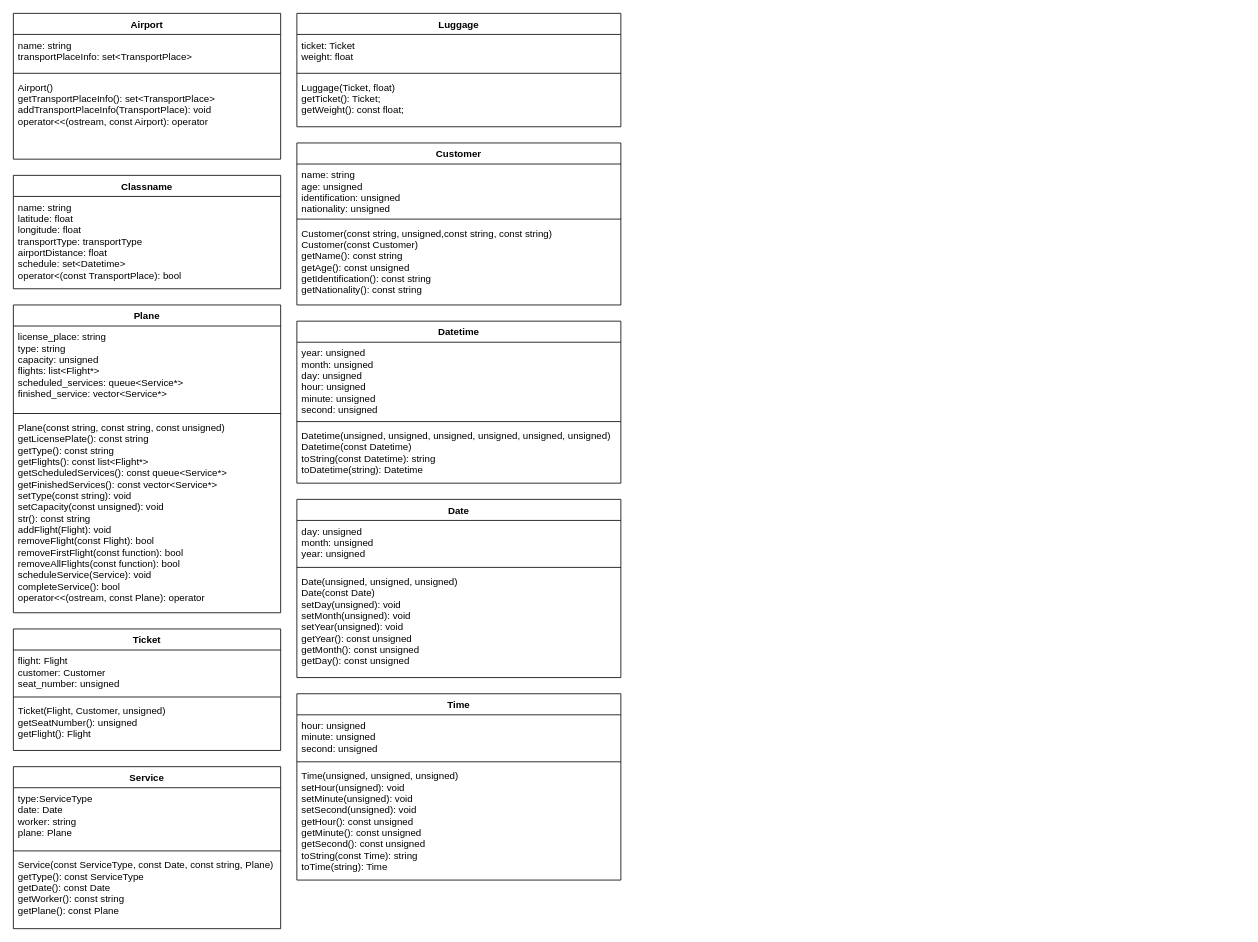
This is Untitled Diagram.drawio from dendinho-e-bolinha/airline, a draw.io file, before an edit. Source tidied: cells renumbered, new cells numbered last; positions are measured from the earlier drawing's top-left corner, leaving out a move shared by most shapes. Both pictures are drawn from the tidied source at 81%, with x=0, y=0 at pixel (13, 13).
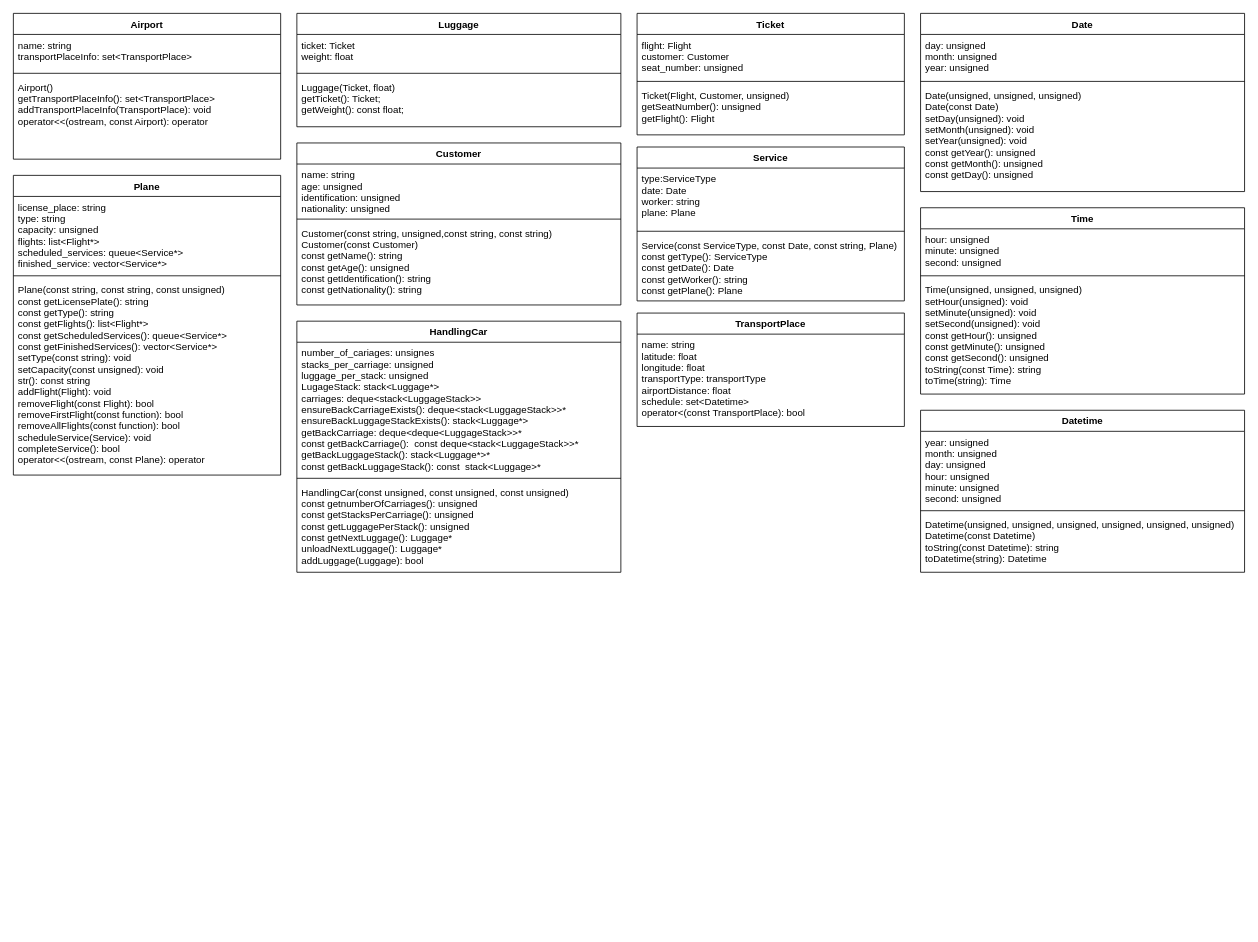
The same diagram, later.

Commit message:
finished class diagram

Unchanged cells that the change refers to:
```xml
<mxCell id="32" value="Customer" style="swimlane;fontStyle=1;align=center;verticalAlign=top;horizontal=1;startSize=26;glass=0;strokeColor=default;" parent="1" vertex="1">
  <mxGeometry x="350" y="160" width="400" height="200" as="geometry" />
</mxCell>
```

What changed in the source:
```diff
@@
-    <mxCell id="6" value="Classname" style="swimlane;fontStyle=1;align=center;verticalAlign=top;horizontal=1;startSize=26;glass=0;strokeColor=default;" parent="1" vertex="1">
-      <mxGeometry y="200" width="330" height="140" as="geometry" />
+    <mxCell id="6" value="TransportPlace" style="swimlane;fontStyle=1;align=center;verticalAlign=top;horizontal=1;startSize=26;glass=0;strokeColor=default;" parent="1" vertex="1">
+      <mxGeometry x="770" y="370" width="330" height="140" as="geometry" />
     </mxCell>
@@
     <mxCell id="8" value="Ticket" style="swimlane;fontStyle=1;align=center;verticalAlign=top;horizontal=1;startSize=26;glass=0;strokeColor=default;" parent="1" vertex="1">
-      <mxGeometry y="760" width="330" height="150" as="geometry" />
+      <mxGeometry x="770" width="330" height="150" as="geometry" />
     </mxCell>
@@
     <mxCell id="12" value="Plane" style="swimlane;fontStyle=1;align=center;verticalAlign=top;horizontal=1;startSize=26;glass=0;strokeColor=default;" parent="1" vertex="1">
-      <mxGeometry y="360" width="330" height="380" as="geometry" />
+      <mxGeometry y="200" width="330" height="370" as="geometry" />
     </mxCell>
     <mxCell id="13" value="license_place: string&#10;type: string&#10;capacity: unsigned&#10;flights: list&lt;Flight*&gt;&#10;scheduled_services: queue&lt;Service*&gt;&#10;finished_service: vector&lt;Service*&gt;&#10;" style="text;strokeColor=none;fillColor=none;align=left;verticalAlign=top;spacingLeft=4;spacingRight=4;overflow=hidden;glass=0;" parent="12" vertex="1">
-      <mxGeometry y="26" width="330" height="104" as="geometry" />
+      <mxGeometry y="26" width="330" height="94" as="geometry" />
     </mxCell>
     <mxCell id="14" style="line;strokeWidth=1;fillColor=none;align=left;verticalAlign=middle;spacingTop=-1;spacingLeft=3;spacingRight=3;labelPosition=right;glass=0;" parent="12" vertex="1">
-      <mxGeometry y="130" width="330" height="8" as="geometry" />
+      <mxGeometry y="120" width="330" height="8" as="geometry" />
     </mxCell>
-    <mxCell id="15" value="Plane(const string, const string, const unsigned)&#10;getLicensePlate(): const string&#10;getType(): const string&#10;getFlights(): const list&lt;Flight*&gt;&#10;getScheduledServices(): const queue&lt;Service*&gt;&#10;getFinishedServices(): const vector&lt;Service*&gt;&#10;setType(const string): void&#10;setCapacity(const unsigned): void&#10;str(): const string&#10;addFlight(Flight): void&#10;removeFlight(const Flight): bool&#10;removeFirstFlight(const function): bool&#10;removeAllFlights(const function): bool&#10;scheduleService(Service): void&#10;completeService(): bool&#10;operator&lt;&lt;(ostream, const Plane): operator&#10;" style="text;strokeColor=none;fillColor=none;align=left;verticalAlign=top;spacingLeft=4;spacingRight=4;overflow=hidden;glass=0;" parent="12" vertex="1">
-      <mxGeometry y="138" width="330" height="242" as="geometry" />
+    <mxCell id="15" value="Plane(const string, const string, const unsigned)&#10;const getLicensePlate(): string&#10;const getType(): string&#10;const getFlights(): list&lt;Flight*&gt;&#10;const getScheduledServices(): queue&lt;Service*&gt;&#10;const getFinishedServices(): vector&lt;Service*&gt;&#10;setType(const string): void&#10;setCapacity(const unsigned): void&#10;str(): const string&#10;addFlight(Flight): void&#10;removeFlight(const Flight): bool&#10;removeFirstFlight(const function): bool&#10;removeAllFlights(const function): bool&#10;scheduleService(Service): void&#10;completeService(): bool&#10;operator&lt;&lt;(ostream, const Plane): operator&#10;" style="text;strokeColor=none;fillColor=none;align=left;verticalAlign=top;spacingLeft=4;spacingRight=4;overflow=hidden;glass=0;" parent="12" vertex="1">
+      <mxGeometry y="128" width="330" height="242" as="geometry" />
     </mxCell>
     <mxCell id="16" value="Service" style="swimlane;fontStyle=1;align=center;verticalAlign=top;horizontal=1;startSize=26;glass=0;strokeColor=default;" parent="1" vertex="1">
-      <mxGeometry y="930" width="330" height="200" as="geometry" />
+      <mxGeometry x="770" y="165" width="330" height="190" as="geometry" />
     </mxCell>
@@
-    <mxCell id="19" value="Service(const ServiceType, const Date, const string, Plane)&#10;getType(): const ServiceType&#10;getDate(): const Date&#10;getWorker(): const string&#10;getPlane(): const Plane&#10;" style="text;strokeColor=none;fillColor=none;align=left;verticalAlign=top;spacingLeft=4;spacingRight=4;overflow=hidden;glass=0;" parent="16" vertex="1">
-      <mxGeometry y="108" width="330" height="92" as="geometry" />
+    <mxCell id="19" value="Service(const ServiceType, const Date, const string, Plane)&#10;const getType(): ServiceType&#10;const getDate(): Date&#10;const getWorker(): string&#10;const getPlane(): Plane&#10;" style="text;strokeColor=none;fillColor=none;align=left;verticalAlign=top;spacingLeft=4;spacingRight=4;overflow=hidden;glass=0;" parent="16" vertex="1">
+      <mxGeometry y="108" width="330" height="82" as="geometry" />
     </mxCell>
     <mxCell id="20" value="Date" style="swimlane;fontStyle=1;align=center;verticalAlign=top;horizontal=1;startSize=26;glass=0;strokeColor=default;" parent="1" vertex="1">
-      <mxGeometry x="350" y="600" width="400" height="220" as="geometry" />
+      <mxGeometry x="1120" width="400" height="220" as="geometry" />
     </mxCell>
@@
-    <mxCell id="23" value="Date(unsigned, unsigned, unsigned)&#10;Date(const Date)&#10;setDay(unsigned): void&#10;setMonth(unsigned): void&#10;setYear(unsigned): void&#10;getYear(): const unsigned&#10;getMonth(): const unsigned&#10;getDay(): const unsigned" style="text;strokeColor=none;fillColor=none;align=left;verticalAlign=top;spacingLeft=4;spacingRight=4;overflow=hidden;glass=0;" parent="20" vertex="1">
+    <mxCell id="23" value="Date(unsigned, unsigned, unsigned)&#10;Date(const Date)&#10;setDay(unsigned): void&#10;setMonth(unsigned): void&#10;setYear(unsigned): void&#10;const getYear(): unsigned&#10;const getMonth(): unsigned&#10;const getDay(): unsigned" style="text;strokeColor=none;fillColor=none;align=left;verticalAlign=top;spacingLeft=4;spacingRight=4;overflow=hidden;glass=0;" parent="20" vertex="1">
       <mxGeometry y="88" width="400" height="132" as="geometry" />
     </mxCell>
     <mxCell id="24" value="Time" style="swimlane;fontStyle=1;align=center;verticalAlign=top;horizontal=1;startSize=26;glass=0;strokeColor=default;" parent="1" vertex="1">
-      <mxGeometry x="350" y="840" width="400" height="230" as="geometry" />
+      <mxGeometry x="1120" y="240" width="400" height="230" as="geometry" />
     </mxCell>
@@
-    <mxCell id="27" value="Time(unsigned, unsigned, unsigned)&#10;setHour(unsigned): void&#10;setMinute(unsigned): void&#10;setSecond(unsigned): void&#10;getHour(): const unsigned&#10;getMinute(): const unsigned&#10;getSecond(): const unsigned&#10;toString(const Time): string&#10;toTime(string): Time&#10;" style="text;strokeColor=none;fillColor=none;align=left;verticalAlign=top;spacingLeft=4;spacingRight=4;overflow=hidden;glass=0;" parent="24" vertex="1">
+    <mxCell id="27" value="Time(unsigned, unsigned, unsigned)&#10;setHour(unsigned): void&#10;setMinute(unsigned): void&#10;setSecond(unsigned): void&#10;const getHour(): unsigned&#10;const getMinute(): unsigned&#10;const getSecond(): unsigned&#10;toString(const Time): string&#10;toTime(string): Time&#10;" style="text;strokeColor=none;fillColor=none;align=left;verticalAlign=top;spacingLeft=4;spacingRight=4;overflow=hidden;glass=0;" parent="24" vertex="1">
       <mxGeometry y="88" width="400" height="142" as="geometry" />
     </mxCell>
-    <mxCell id="28" value="Datetime" style="swimlane;fontStyle=1;align=center;verticalAlign=top;horizontal=1;startSize=26;glass=0;strokeColor=default;" parent="1" vertex="1">
-      <mxGeometry x="350" y="380" width="400" height="200" as="geometry" />
-    </mxCell>
-    <mxCell id="29" value="year: unsigned&#10;month: unsigned&#10;day: unsigned&#10;hour: unsigned&#10;minute: unsigned&#10;second: unsigned" style="text;strokeColor=none;fillColor=none;align=left;verticalAlign=top;spacingLeft=4;spacingRight=4;overflow=hidden;glass=0;" parent="28" vertex="1">
-      <mxGeometry y="26" width="400" height="94" as="geometry" />
-    </mxCell>
-    <mxCell id="30" style="line;strokeWidth=1;fillColor=none;align=left;verticalAlign=middle;spacingTop=-1;spacingLeft=3;spacingRight=3;labelPosition=right;glass=0;" parent="28" vertex="1">
-      <mxGeometry y="120" width="400" height="8" as="geometry" />
-    </mxCell>
-    <mxCell id="31" value="Datetime(unsigned, unsigned, unsigned, unsigned, unsigned, unsigned)&#10;Datetime(const Datetime)&#10;toString(const Datetime): string&#10;toDatetime(string): Datetime" style="text;strokeColor=none;fillColor=none;align=left;verticalAlign=top;spacingLeft=4;spacingRight=4;overflow=hidden;glass=0;" parent="28" vertex="1">
-      <mxGeometry y="128" width="400" height="72" as="geometry" />
-    </mxCell>
@@
-    <mxCell id="35" value="Customer(const string, unsigned,const string, const string)&#10;Customer(const Customer)&#10;getName(): const string&#10;getAge(): const unsigned&#10;getIdentification(): const string&#10;getNationality(): const string&#10;" style="text;strokeColor=none;fillColor=none;align=left;verticalAlign=top;spacingLeft=4;spacingRight=4;overflow=hidden;glass=0;" parent="32" vertex="1">
+    <mxCell id="35" value="Customer(const string, unsigned,const string, const string)&#10;Customer(const Customer)&#10;const getName(): string&#10;const getAge(): unsigned&#10;const getIdentification(): string&#10;const getNationality(): string&#10;" style="text;strokeColor=none;fillColor=none;align=left;verticalAlign=top;spacingLeft=4;spacingRight=4;overflow=hidden;glass=0;" parent="32" vertex="1">
       <mxGeometry y="98" width="400" height="102" as="geometry" />
     </mxCell>
@@
+    <mxCell id="40" value="HandlingCar" style="swimlane;fontStyle=1;align=center;verticalAlign=top;horizontal=1;startSize=26;" parent="1" vertex="1">
+      <mxGeometry x="350" y="380" width="400" height="310" as="geometry" />
+    </mxCell>
+    <mxCell id="41" value="number_of_cariages: unsignes&#10;stacks_per_carriage: unsigned&#10;luggage_per_stack: unsigned&#10;LugageStack: stack&lt;Luggage*&gt;&#10;carriages: deque&lt;stack&lt;LuggageStack&gt;&gt;&#10;ensureBackCarriageExists(): deque&lt;stack&lt;LuggageStack&gt;&gt;*&#10;ensureBackLuggageStackExists(): stack&lt;Luggage*&gt;&#10;getBackCarriage: deque&lt;deque&lt;LuggageStack&gt;&gt;*&#10;const getBackCarriage():  const deque&lt;stack&lt;LuggageStack&gt;&gt;*&#10;getBackLuggageStack(): stack&lt;Luggage*&gt;*&#10;const getBackLuggageStack(): const  stack&lt;Luggage&gt;*&#10;" style="text;strokeColor=none;fillColor=none;align=left;verticalAlign=top;spacingLeft=4;spacingRight=4;overflow=hidden;" parent="40" vertex="1">
+      <mxGeometry y="26" width="400" height="164" as="geometry" />
+    </mxCell>
+    <mxCell id="42" style="line;strokeWidth=1;fillColor=none;align=left;verticalAlign=middle;spacingTop=-1;spacingLeft=3;spacingRight=3;labelPosition=right;" parent="40" vertex="1">
+      <mxGeometry y="190" width="400" height="8" as="geometry" />
+    </mxCell>
+    <mxCell id="43" value="HandlingCar(const unsigned, const unsigned, const unsigned)&#10;const getnumberOfCarriages(): unsigned&#10;const getStacksPerCarriage(): unsigned&#10;const getLuggagePerStack(): unsigned&#10;const getNextLuggage(): Luggage*&#10;unloadNextLuggage(): Luggage*&#10;addLuggage(Luggage): bool&#10;" style="text;strokeColor=none;fillColor=none;align=left;verticalAlign=top;spacingLeft=4;spacingRight=4;overflow=hidden;" parent="40" vertex="1">
+      <mxGeometry y="198" width="400" height="112" as="geometry" />
+    </mxCell>
+    <mxCell id="28" value="Datetime" style="swimlane;fontStyle=1;align=center;verticalAlign=top;horizontal=1;startSize=26;glass=0;strokeColor=default;" parent="1" vertex="1">
+      <mxGeometry x="1120" y="490" width="400" height="200" as="geometry" />
+    </mxCell>
+    <mxCell id="29" value="year: unsigned&#10;month: unsigned&#10;day: unsigned&#10;hour: unsigned&#10;minute: unsigned&#10;second: unsigned" style="text;strokeColor=none;fillColor=none;align=left;verticalAlign=top;spacingLeft=4;spacingRight=4;overflow=hidden;glass=0;" parent="28" vertex="1">
+      <mxGeometry y="26" width="400" height="94" as="geometry" />
+    </mxCell>
+    <mxCell id="30" style="line;strokeWidth=1;fillColor=none;align=left;verticalAlign=middle;spacingTop=-1;spacingLeft=3;spacingRight=3;labelPosition=right;glass=0;" parent="28" vertex="1">
+      <mxGeometry y="120" width="400" height="8" as="geometry" />
+    </mxCell>
+    <mxCell id="31" value="Datetime(unsigned, unsigned, unsigned, unsigned, unsigned, unsigned)&#10;Datetime(const Datetime)&#10;toString(const Datetime): string&#10;toDatetime(string): Datetime" style="text;strokeColor=none;fillColor=none;align=left;verticalAlign=top;spacingLeft=4;spacingRight=4;overflow=hidden;glass=0;" parent="28" vertex="1">
+      <mxGeometry y="128" width="400" height="72" as="geometry" />
+    </mxCell>
```
